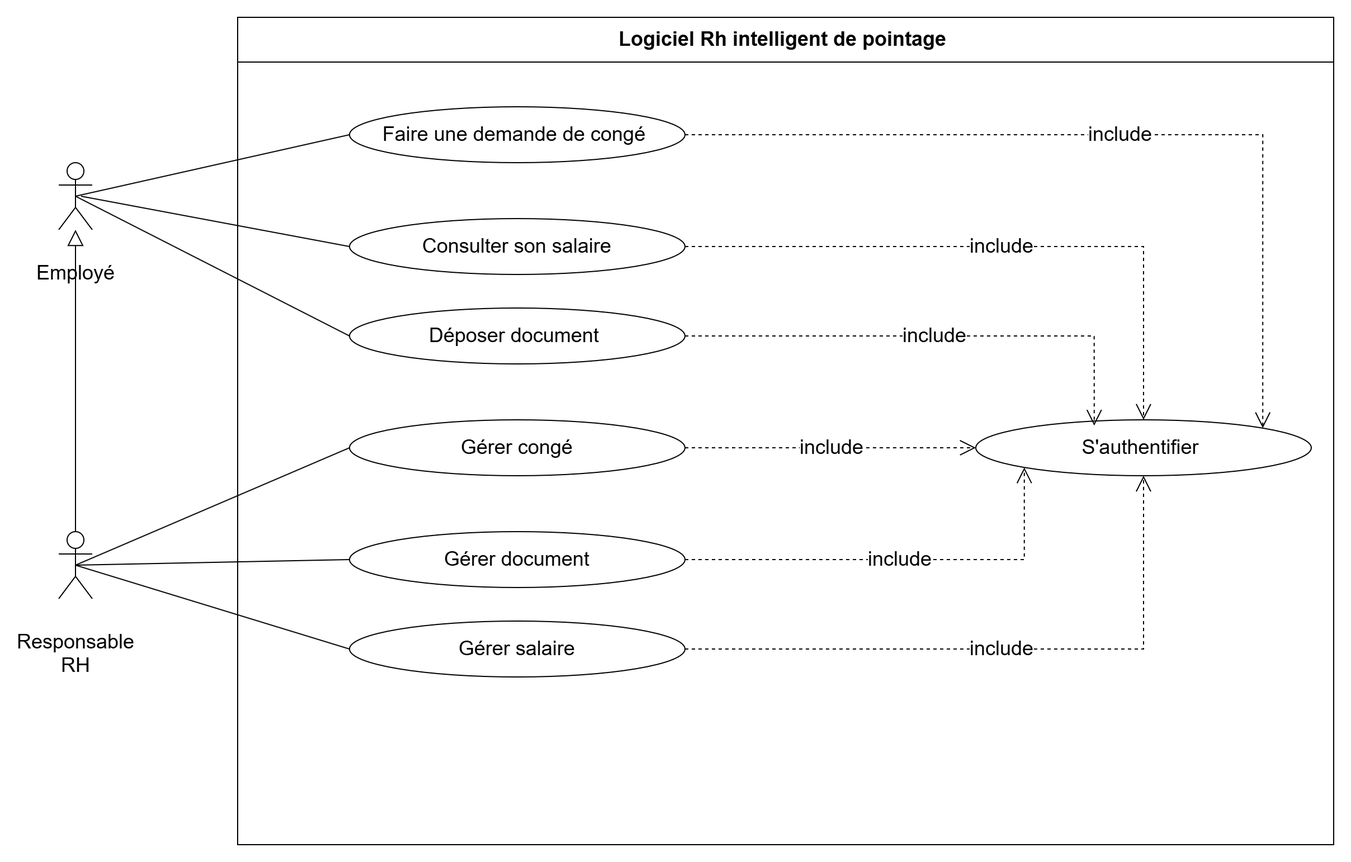
Earlier version of the draw.io export projet/images/usecase/sprint 3/use_case_s3.png (louu7895/pfe). Source tidied: cells renumbered, new cells last; positions are measured from the earlier drawing's top-left corner, leaving out a move shared by most shapes. The source it was exported from:
```xml
<mxGraphModel>
  <root>
    <mxCell id="0" />
    <mxCell id="1" parent="0" />
    <mxCell id="2" value="Logiciel Rh intelligent de pointage&amp;nbsp;" style="swimlane;whiteSpace=wrap;html=1;startSize=40;fontSize=18;" parent="1" vertex="1">
      <mxGeometry x="160" width="980" height="740" as="geometry" />
    </mxCell>
    <mxCell id="3" value="S'authentifier&amp;nbsp;" style="ellipse;whiteSpace=wrap;html=1;fontSize=18;" parent="2" vertex="1">
      <mxGeometry x="660" y="360" width="300" height="50" as="geometry" />
    </mxCell>
    <mxCell id="4" value="Consulter son salaire" style="ellipse;whiteSpace=wrap;html=1;fontSize=18;" parent="2" vertex="1">
      <mxGeometry x="100" y="180" width="300" height="50" as="geometry" />
    </mxCell>
    <mxCell id="5" value="include" style="endArrow=open;endSize=12;dashed=1;html=1;rounded=0;exitX=1;exitY=0.5;exitDx=0;exitDy=0;edgeStyle=orthogonalEdgeStyle;entryX=0.5;entryY=0;entryDx=0;entryDy=0;fontSize=18;" parent="2" edge="1" source="4" target="3">
      <mxGeometry relative="1" as="geometry" />
    </mxCell>
    <mxCell id="6" value="Déposer document&amp;nbsp;" style="ellipse;whiteSpace=wrap;html=1;fontSize=18;" parent="2" vertex="1">
      <mxGeometry x="100" y="260" width="300" height="50" as="geometry" />
    </mxCell>
    <mxCell id="7" value="include" style="endArrow=open;endSize=12;dashed=1;html=1;rounded=0;exitX=1;exitY=0.5;exitDx=0;exitDy=0;edgeStyle=orthogonalEdgeStyle;entryX=0.353;entryY=0.103;entryDx=0;entryDy=0;entryPerimeter=0;fontSize=18;" parent="2" edge="1" source="6" target="3">
      <mxGeometry relative="1" as="geometry" />
    </mxCell>
    <mxCell id="8" value="Gérer&amp;nbsp;congé" style="ellipse;whiteSpace=wrap;html=1;fontSize=18;" parent="2" vertex="1">
      <mxGeometry x="100" y="360" width="300" height="50" as="geometry" />
    </mxCell>
    <mxCell id="9" value="include" style="endArrow=open;endSize=12;dashed=1;html=1;rounded=0;exitX=1;exitY=0.5;exitDx=0;exitDy=0;entryX=0;entryY=0.5;entryDx=0;entryDy=0;fontSize=18;" parent="2" edge="1" source="8" target="3">
      <mxGeometry relative="1" as="geometry" />
    </mxCell>
    <mxCell id="10" value="Gérer&amp;nbsp;document" style="ellipse;whiteSpace=wrap;html=1;fontSize=18;" parent="2" vertex="1">
      <mxGeometry x="100" y="460" width="300" height="50" as="geometry" />
    </mxCell>
    <mxCell id="11" value="include" style="endArrow=open;endSize=12;dashed=1;html=1;rounded=0;exitX=1;exitY=0.5;exitDx=0;exitDy=0;entryX=0;entryY=1;entryDx=0;entryDy=0;edgeStyle=orthogonalEdgeStyle;fontSize=18;" parent="2" edge="1" source="10" target="3">
      <mxGeometry relative="1" as="geometry" />
    </mxCell>
    <mxCell id="12" value="Gérer&amp;nbsp;salaire" style="ellipse;whiteSpace=wrap;html=1;fontSize=18;" parent="2" vertex="1">
      <mxGeometry x="100" y="540" width="300" height="50" as="geometry" />
    </mxCell>
    <mxCell id="13" value="include" style="endArrow=open;endSize=12;dashed=1;html=1;rounded=0;entryX=0.5;entryY=1;entryDx=0;entryDy=0;edgeStyle=orthogonalEdgeStyle;fontSize=18;" parent="2" edge="1" source="12" target="3">
      <mxGeometry relative="1" as="geometry" />
    </mxCell>
    <mxCell id="14" value="&#10;Employé&#10;&#10;&#10;" style="shape=umlActor;verticalLabelPosition=bottom;verticalAlign=top;html=1;outlineConnect=0;fontSize=18;" parent="1" vertex="1">
      <mxGeometry y="130" width="30" height="60" as="geometry" />
    </mxCell>
    <mxCell id="15" style="endArrow=none;html=1;rounded=0;entryX=0;entryY=0.5;entryDx=0;entryDy=0;exitX=0.5;exitY=0.5;exitDx=0;exitDy=0;exitPerimeter=0;fontSize=18;" parent="1" edge="1" source="14" target="22">
      <mxGeometry relative="1" as="geometry" />
    </mxCell>
    <mxCell id="16" style="endArrow=none;html=1;rounded=0;entryX=0;entryY=0.5;entryDx=0;entryDy=0;exitX=0.5;exitY=0.5;exitDx=0;exitDy=0;exitPerimeter=0;fontSize=18;" parent="1" edge="1" source="14" target="6">
      <mxGeometry relative="1" as="geometry" />
    </mxCell>
    <mxCell id="17" style="endArrow=none;html=1;rounded=0;entryX=0;entryY=0.5;entryDx=0;entryDy=0;fontSize=18;" parent="1" edge="1" target="4">
      <mxGeometry relative="1" as="geometry">
        <mxPoint x="20" y="160" as="sourcePoint" />
      </mxGeometry>
    </mxCell>
    <mxCell id="18" value="&#10;Responsable&#10;RH&#10;&#10;" style="shape=umlActor;verticalLabelPosition=bottom;verticalAlign=top;html=1;outlineConnect=0;fontSize=18;" parent="1" vertex="1">
      <mxGeometry y="460" width="30" height="60" as="geometry" />
    </mxCell>
    <mxCell id="19" style="endArrow=none;html=1;rounded=0;entryX=0;entryY=0.5;entryDx=0;entryDy=0;exitX=0.5;exitY=0.5;exitDx=0;exitDy=0;exitPerimeter=0;fontSize=18;" parent="1" edge="1" source="18" target="8">
      <mxGeometry relative="1" as="geometry" />
    </mxCell>
    <mxCell id="20" style="endArrow=none;html=1;rounded=0;entryX=0;entryY=0.5;entryDx=0;entryDy=0;exitX=0.5;exitY=0.5;exitDx=0;exitDy=0;exitPerimeter=0;fontSize=18;" parent="1" edge="1" source="18" target="10">
      <mxGeometry relative="1" as="geometry" />
    </mxCell>
    <mxCell id="21" style="endArrow=none;html=1;rounded=0;entryX=0;entryY=0.5;entryDx=0;entryDy=0;exitX=0.5;exitY=0.5;exitDx=0;exitDy=0;exitPerimeter=0;fontSize=18;" parent="1" edge="1" source="18" target="12">
      <mxGeometry relative="1" as="geometry" />
    </mxCell>
    <mxCell id="22" value="Faire une demande de congé&amp;nbsp;" style="ellipse;whiteSpace=wrap;html=1;fontSize=18;" parent="1" vertex="1">
      <mxGeometry x="260" y="80" width="300" height="50" as="geometry" />
    </mxCell>
    <mxCell id="23" value="include" style="endArrow=open;endSize=12;dashed=1;html=1;rounded=0;exitX=1;exitY=0.5;exitDx=0;exitDy=0;edgeStyle=orthogonalEdgeStyle;entryX=1;entryY=0;entryDx=0;entryDy=0;fontSize=18;" parent="1" edge="1" source="22" target="3">
      <mxGeometry relative="1" as="geometry" />
    </mxCell>
    <mxCell id="24" style="endArrow=block;endFill=0;endSize=12;html=1;rounded=0;" parent="1" edge="1" target="14">
      <mxGeometry relative="1" as="geometry">
        <mxPoint x="15" y="460" as="sourcePoint" />
      </mxGeometry>
    </mxCell>
  </root>
</mxGraphModel>
```
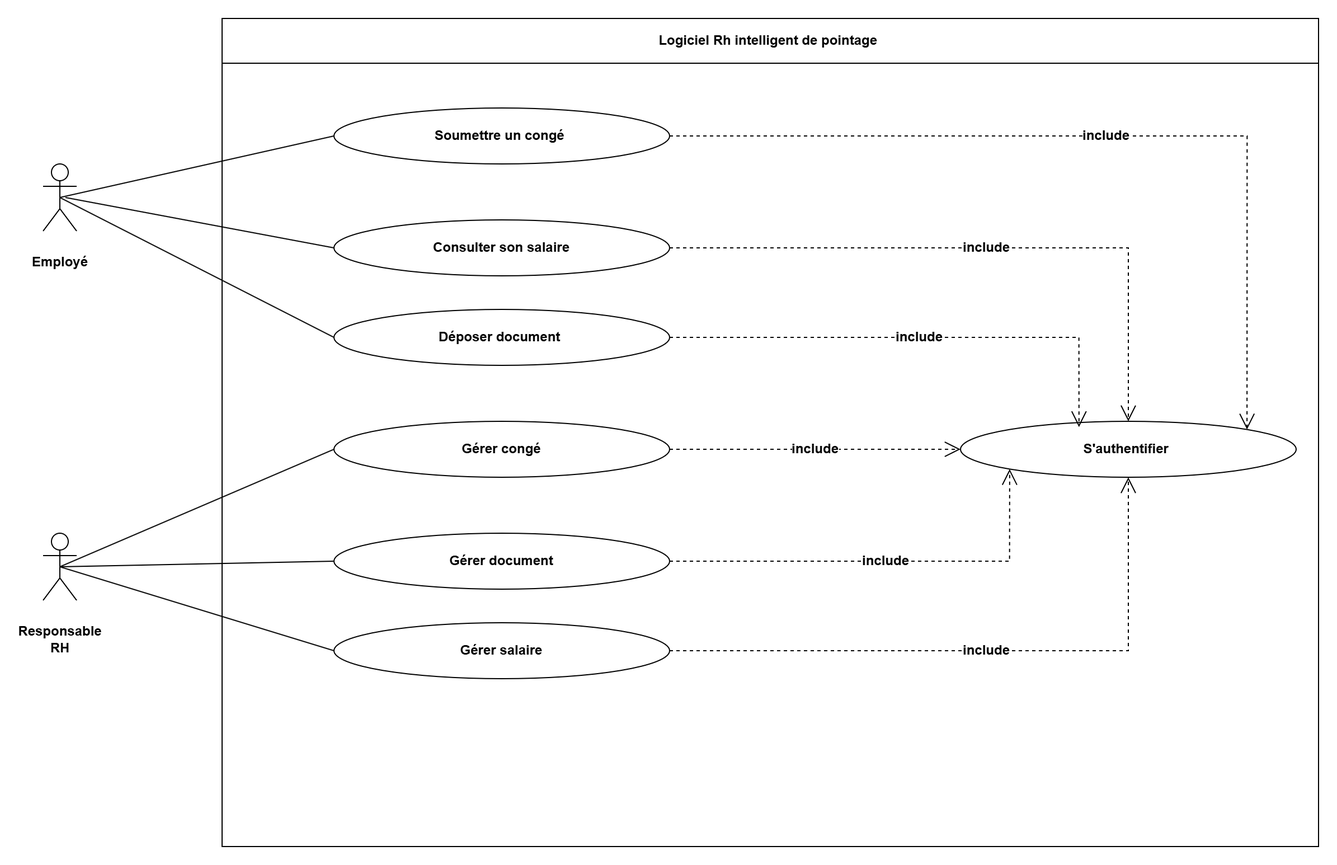
Later version of the same file.

The edit, as a diff of the source:
```diff
@@ -2,78 +2,73 @@
   <root>
     <mxCell id="0" />
     <mxCell id="1" parent="0" />
-    <mxCell id="2" value="Logiciel Rh intelligent de pointage&amp;nbsp;" style="swimlane;whiteSpace=wrap;html=1;startSize=40;fontSize=18;" parent="1" vertex="1">
+    <mxCell id="2" value="Logiciel Rh intelligent de pointage&amp;nbsp;" style="swimlane;whiteSpace=wrap;html=1;startSize=40;fontSize=12;fontStyle=1;" parent="1" vertex="1">
       <mxGeometry x="160" width="980" height="740" as="geometry" />
     </mxCell>
-    <mxCell id="3" value="S'authentifier&amp;nbsp;" style="ellipse;whiteSpace=wrap;html=1;fontSize=18;" parent="2" vertex="1">
+    <mxCell id="3" value="S'authentifier&amp;nbsp;" style="ellipse;whiteSpace=wrap;html=1;fontSize=12;fontStyle=1;" parent="2" vertex="1">
       <mxGeometry x="660" y="360" width="300" height="50" as="geometry" />
     </mxCell>
-    <mxCell id="4" value="Consulter son salaire" style="ellipse;whiteSpace=wrap;html=1;fontSize=18;" parent="2" vertex="1">
+    <mxCell id="4" value="Consulter son salaire" style="ellipse;whiteSpace=wrap;html=1;fontSize=12;fontStyle=1;" parent="2" vertex="1">
       <mxGeometry x="100" y="180" width="300" height="50" as="geometry" />
     </mxCell>
-    <mxCell id="5" value="include" style="endArrow=open;endSize=12;dashed=1;html=1;rounded=0;exitX=1;exitY=0.5;exitDx=0;exitDy=0;edgeStyle=orthogonalEdgeStyle;entryX=0.5;entryY=0;entryDx=0;entryDy=0;fontSize=18;" parent="2" edge="1" source="4" target="3">
+    <mxCell id="5" value="include" style="endArrow=open;endSize=12;dashed=1;html=1;rounded=0;exitX=1;exitY=0.5;exitDx=0;exitDy=0;edgeStyle=orthogonalEdgeStyle;entryX=0.5;entryY=0;entryDx=0;entryDy=0;fontSize=12;fontStyle=1;" parent="2" edge="1" source="4" target="3">
       <mxGeometry relative="1" as="geometry" />
     </mxCell>
-    <mxCell id="6" value="Déposer document&amp;nbsp;" style="ellipse;whiteSpace=wrap;html=1;fontSize=18;" parent="2" vertex="1">
+    <mxCell id="6" value="Déposer document&amp;nbsp;" style="ellipse;whiteSpace=wrap;html=1;fontSize=12;fontStyle=1;" parent="2" vertex="1">
       <mxGeometry x="100" y="260" width="300" height="50" as="geometry" />
     </mxCell>
-    <mxCell id="7" value="include" style="endArrow=open;endSize=12;dashed=1;html=1;rounded=0;exitX=1;exitY=0.5;exitDx=0;exitDy=0;edgeStyle=orthogonalEdgeStyle;entryX=0.353;entryY=0.103;entryDx=0;entryDy=0;entryPerimeter=0;fontSize=18;" parent="2" edge="1" source="6" target="3">
+    <mxCell id="7" value="include" style="endArrow=open;endSize=12;dashed=1;html=1;rounded=0;exitX=1;exitY=0.5;exitDx=0;exitDy=0;edgeStyle=orthogonalEdgeStyle;entryX=0.353;entryY=0.103;entryDx=0;entryDy=0;entryPerimeter=0;fontSize=12;fontStyle=1;" parent="2" edge="1" source="6" target="3">
       <mxGeometry relative="1" as="geometry" />
     </mxCell>
-    <mxCell id="8" value="Gérer&amp;nbsp;congé" style="ellipse;whiteSpace=wrap;html=1;fontSize=18;" parent="2" vertex="1">
+    <mxCell id="8" value="Gérer&amp;nbsp;congé" style="ellipse;whiteSpace=wrap;html=1;fontSize=12;fontStyle=1;" parent="2" vertex="1">
       <mxGeometry x="100" y="360" width="300" height="50" as="geometry" />
     </mxCell>
-    <mxCell id="9" value="include" style="endArrow=open;endSize=12;dashed=1;html=1;rounded=0;exitX=1;exitY=0.5;exitDx=0;exitDy=0;entryX=0;entryY=0.5;entryDx=0;entryDy=0;fontSize=18;" parent="2" edge="1" source="8" target="3">
+    <mxCell id="9" value="include" style="endArrow=open;endSize=12;dashed=1;html=1;rounded=0;exitX=1;exitY=0.5;exitDx=0;exitDy=0;entryX=0;entryY=0.5;entryDx=0;entryDy=0;fontSize=12;fontStyle=1;" parent="2" edge="1" source="8" target="3">
       <mxGeometry relative="1" as="geometry" />
     </mxCell>
-    <mxCell id="10" value="Gérer&amp;nbsp;document" style="ellipse;whiteSpace=wrap;html=1;fontSize=18;" parent="2" vertex="1">
+    <mxCell id="10" value="Gérer&amp;nbsp;document" style="ellipse;whiteSpace=wrap;html=1;fontSize=12;fontStyle=1;" parent="2" vertex="1">
       <mxGeometry x="100" y="460" width="300" height="50" as="geometry" />
     </mxCell>
-    <mxCell id="11" value="include" style="endArrow=open;endSize=12;dashed=1;html=1;rounded=0;exitX=1;exitY=0.5;exitDx=0;exitDy=0;entryX=0;entryY=1;entryDx=0;entryDy=0;edgeStyle=orthogonalEdgeStyle;fontSize=18;" parent="2" edge="1" source="10" target="3">
+    <mxCell id="11" value="include" style="endArrow=open;endSize=12;dashed=1;html=1;rounded=0;exitX=1;exitY=0.5;exitDx=0;exitDy=0;entryX=0;entryY=1;entryDx=0;entryDy=0;edgeStyle=orthogonalEdgeStyle;fontSize=12;fontStyle=1;" parent="2" edge="1" source="10" target="3">
       <mxGeometry relative="1" as="geometry" />
     </mxCell>
-    <mxCell id="12" value="Gérer&amp;nbsp;salaire" style="ellipse;whiteSpace=wrap;html=1;fontSize=18;" parent="2" vertex="1">
+    <mxCell id="12" value="Gérer&amp;nbsp;salaire" style="ellipse;whiteSpace=wrap;html=1;fontSize=12;fontStyle=1;" parent="2" vertex="1">
       <mxGeometry x="100" y="540" width="300" height="50" as="geometry" />
     </mxCell>
-    <mxCell id="13" value="include" style="endArrow=open;endSize=12;dashed=1;html=1;rounded=0;entryX=0.5;entryY=1;entryDx=0;entryDy=0;edgeStyle=orthogonalEdgeStyle;fontSize=18;" parent="2" edge="1" source="12" target="3">
+    <mxCell id="13" value="include" style="endArrow=open;endSize=12;dashed=1;html=1;rounded=0;entryX=0.5;entryY=1;entryDx=0;entryDy=0;edgeStyle=orthogonalEdgeStyle;fontSize=12;fontStyle=1;" parent="2" edge="1" source="12" target="3">
       <mxGeometry relative="1" as="geometry" />
     </mxCell>
-    <mxCell id="14" value="&#10;Employé&#10;&#10;&#10;" style="shape=umlActor;verticalLabelPosition=bottom;verticalAlign=top;html=1;outlineConnect=0;fontSize=18;" parent="1" vertex="1">
+    <mxCell id="14" value="&#10;Employé&#10;&#10;&#10;" style="shape=umlActor;verticalLabelPosition=bottom;verticalAlign=top;html=1;outlineConnect=0;fontSize=12;fontStyle=1;" parent="1" vertex="1">
       <mxGeometry y="130" width="30" height="60" as="geometry" />
     </mxCell>
-    <mxCell id="15" style="endArrow=none;html=1;rounded=0;entryX=0;entryY=0.5;entryDx=0;entryDy=0;exitX=0.5;exitY=0.5;exitDx=0;exitDy=0;exitPerimeter=0;fontSize=18;" parent="1" edge="1" source="14" target="22">
+    <mxCell id="15" style="endArrow=none;html=1;rounded=0;entryX=0;entryY=0.5;entryDx=0;entryDy=0;exitX=0.5;exitY=0.5;exitDx=0;exitDy=0;exitPerimeter=0;fontSize=12;fontStyle=1;" parent="1" edge="1" source="14" target="22">
       <mxGeometry relative="1" as="geometry" />
     </mxCell>
-    <mxCell id="16" style="endArrow=none;html=1;rounded=0;entryX=0;entryY=0.5;entryDx=0;entryDy=0;exitX=0.5;exitY=0.5;exitDx=0;exitDy=0;exitPerimeter=0;fontSize=18;" parent="1" edge="1" source="14" target="6">
+    <mxCell id="16" style="endArrow=none;html=1;rounded=0;entryX=0;entryY=0.5;entryDx=0;entryDy=0;exitX=0.5;exitY=0.5;exitDx=0;exitDy=0;exitPerimeter=0;fontSize=12;fontStyle=1;" parent="1" edge="1" source="14" target="6">
       <mxGeometry relative="1" as="geometry" />
     </mxCell>
-    <mxCell id="17" style="endArrow=none;html=1;rounded=0;entryX=0;entryY=0.5;entryDx=0;entryDy=0;fontSize=18;" parent="1" edge="1" target="4">
+    <mxCell id="17" style="endArrow=none;html=1;rounded=0;entryX=0;entryY=0.5;entryDx=0;entryDy=0;fontSize=12;fontStyle=1;" parent="1" edge="1" target="4">
       <mxGeometry relative="1" as="geometry">
         <mxPoint x="20" y="160" as="sourcePoint" />
       </mxGeometry>
     </mxCell>
-    <mxCell id="18" value="&#10;Responsable&#10;RH&#10;&#10;" style="shape=umlActor;verticalLabelPosition=bottom;verticalAlign=top;html=1;outlineConnect=0;fontSize=18;" parent="1" vertex="1">
+    <mxCell id="18" value="&#10;Responsable&#10;RH&#10;&#10;" style="shape=umlActor;verticalLabelPosition=bottom;verticalAlign=top;html=1;outlineConnect=0;fontSize=12;fontStyle=1;" parent="1" vertex="1">
       <mxGeometry y="460" width="30" height="60" as="geometry" />
     </mxCell>
-    <mxCell id="19" style="endArrow=none;html=1;rounded=0;entryX=0;entryY=0.5;entryDx=0;entryDy=0;exitX=0.5;exitY=0.5;exitDx=0;exitDy=0;exitPerimeter=0;fontSize=18;" parent="1" edge="1" source="18" target="8">
+    <mxCell id="19" style="endArrow=none;html=1;rounded=0;entryX=0;entryY=0.5;entryDx=0;entryDy=0;exitX=0.5;exitY=0.5;exitDx=0;exitDy=0;exitPerimeter=0;fontSize=12;fontStyle=1;" parent="1" edge="1" source="18" target="8">
       <mxGeometry relative="1" as="geometry" />
     </mxCell>
-    <mxCell id="20" style="endArrow=none;html=1;rounded=0;entryX=0;entryY=0.5;entryDx=0;entryDy=0;exitX=0.5;exitY=0.5;exitDx=0;exitDy=0;exitPerimeter=0;fontSize=18;" parent="1" edge="1" source="18" target="10">
+    <mxCell id="20" style="endArrow=none;html=1;rounded=0;entryX=0;entryY=0.5;entryDx=0;entryDy=0;exitX=0.5;exitY=0.5;exitDx=0;exitDy=0;exitPerimeter=0;fontSize=12;fontStyle=1;" parent="1" edge="1" source="18" target="10">
       <mxGeometry relative="1" as="geometry" />
     </mxCell>
-    <mxCell id="21" style="endArrow=none;html=1;rounded=0;entryX=0;entryY=0.5;entryDx=0;entryDy=0;exitX=0.5;exitY=0.5;exitDx=0;exitDy=0;exitPerimeter=0;fontSize=18;" parent="1" edge="1" source="18" target="12">
+    <mxCell id="21" style="endArrow=none;html=1;rounded=0;entryX=0;entryY=0.5;entryDx=0;entryDy=0;exitX=0.5;exitY=0.5;exitDx=0;exitDy=0;exitPerimeter=0;fontSize=12;fontStyle=1;" parent="1" edge="1" source="18" target="12">
       <mxGeometry relative="1" as="geometry" />
     </mxCell>
-    <mxCell id="22" value="Faire une demande de congé&amp;nbsp;" style="ellipse;whiteSpace=wrap;html=1;fontSize=18;" parent="1" vertex="1">
+    <mxCell id="22" value="Soumettre un congé&amp;nbsp;" style="ellipse;whiteSpace=wrap;html=1;fontSize=12;fontStyle=1;" parent="1" vertex="1">
       <mxGeometry x="260" y="80" width="300" height="50" as="geometry" />
     </mxCell>
-    <mxCell id="23" value="include" style="endArrow=open;endSize=12;dashed=1;html=1;rounded=0;exitX=1;exitY=0.5;exitDx=0;exitDy=0;edgeStyle=orthogonalEdgeStyle;entryX=1;entryY=0;entryDx=0;entryDy=0;fontSize=18;" parent="1" edge="1" source="22" target="3">
+    <mxCell id="23" value="include" style="endArrow=open;endSize=12;dashed=1;html=1;rounded=0;exitX=1;exitY=0.5;exitDx=0;exitDy=0;edgeStyle=orthogonalEdgeStyle;entryX=1;entryY=0;entryDx=0;entryDy=0;fontSize=12;fontStyle=1;" parent="1" edge="1" source="22" target="3">
       <mxGeometry relative="1" as="geometry" />
     </mxCell>
-    <mxCell id="24" style="endArrow=block;endFill=0;endSize=12;html=1;rounded=0;" parent="1" edge="1" target="14">
-      <mxGeometry relative="1" as="geometry">
-        <mxPoint x="15" y="460" as="sourcePoint" />
-      </mxGeometry>
-    </mxCell>
   </root>
 </mxGraphModel>
```
